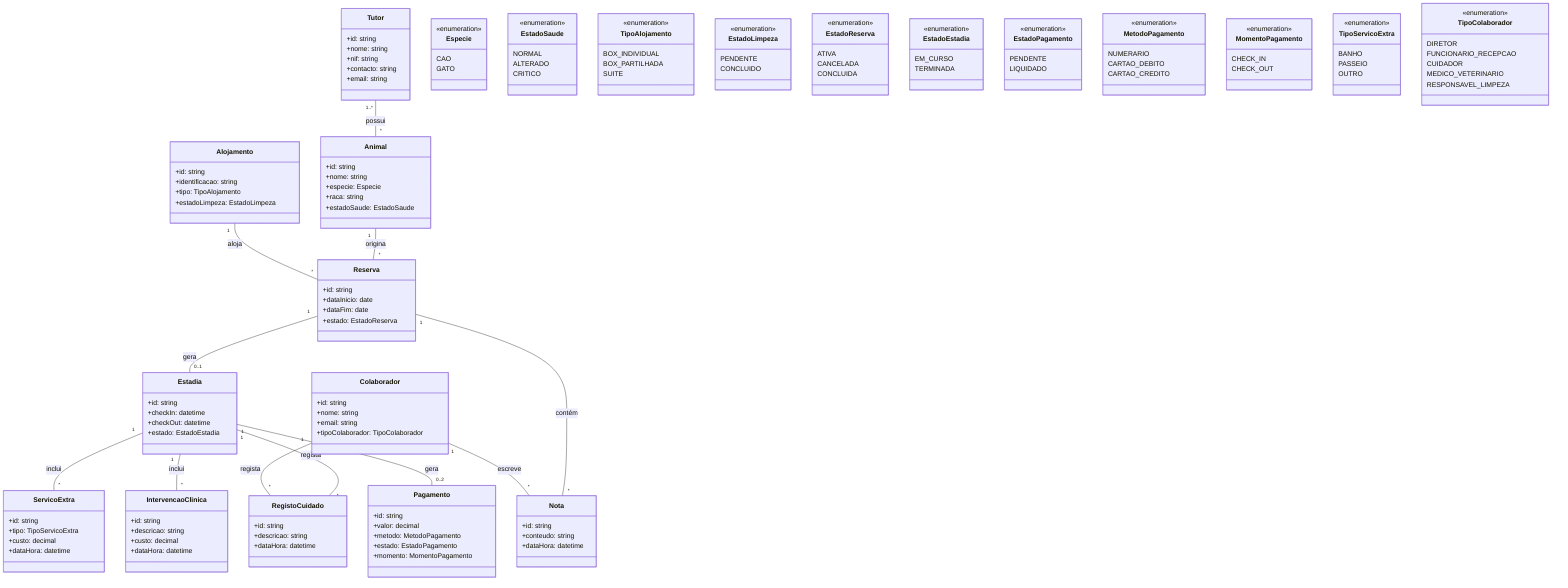
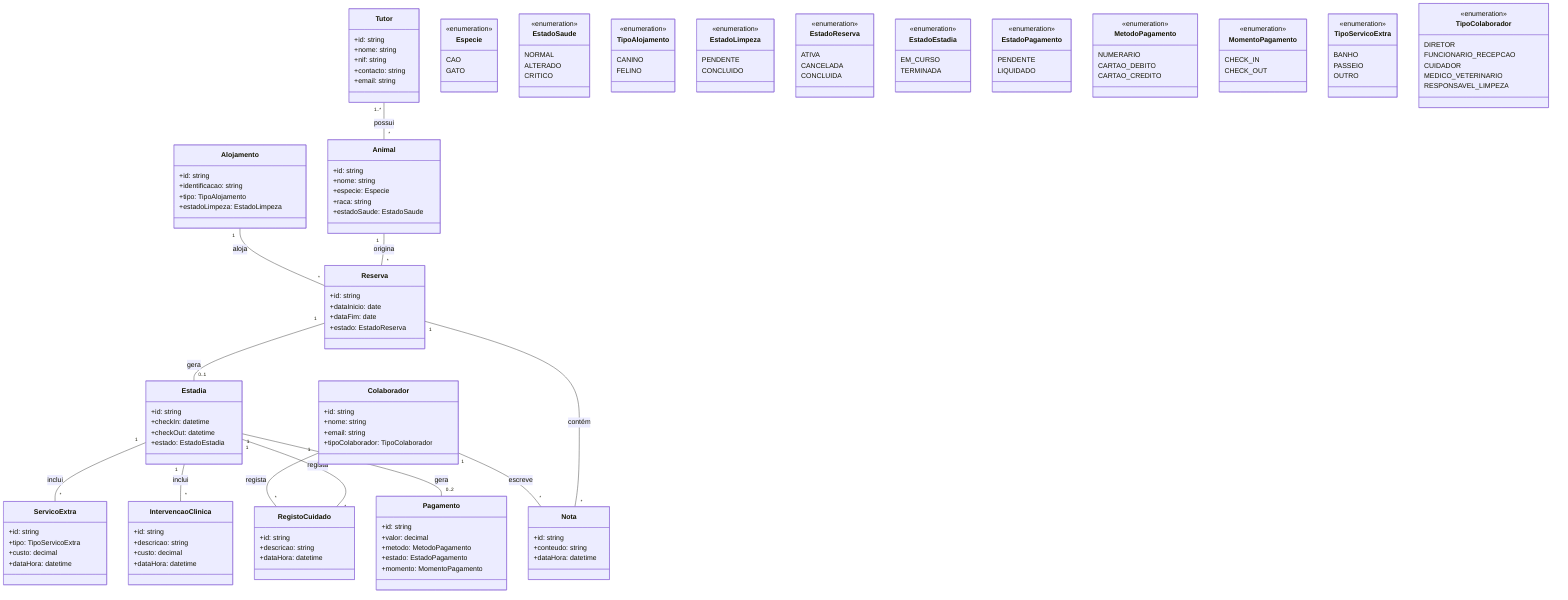
%% Modelo de Domínio — Hotel de Animais
%% Gerado com base em: US-01..US-24, RD-01..RD-09, UC-01..UC-13

classDiagram
direction TB

%% ── Entidades principais ──────────────────────────────────────────

class Tutor {
  +id: string
  +nome: string
  +nif: string
  +contacto: string
  +email: string
}

class Animal {
  +id: string
  +nome: string
  +especie: Especie
  +raca: string
  +estadoSaude: EstadoSaude
}

class Alojamento {
  +id: string
  +identificacao: string
  +tipo: TipoAlojamento
  +estadoLimpeza: EstadoLimpeza
}

class Reserva {
  +id: string
  +dataInicio: date
  +dataFim: date
  +estado: EstadoReserva
}

class Estadia {
  +id: string
  +checkIn: datetime
  +checkOut: datetime
  +estado: EstadoEstadia
}

class Pagamento {
  +id: string
  +valor: decimal
  +metodo: MetodoPagamento
  +estado: EstadoPagamento
  +momento: MomentoPagamento
}

class ServicoExtra {
  +id: string
  +tipo: TipoServicoExtra
  +custo: decimal
  +dataHora: datetime
}

class IntervencaoClinica {
  +id: string
  +descricao: string
  +custo: decimal
  +dataHora: datetime
}

class RegistoCuidado {
  +id: string
  +descricao: string
  +dataHora: datetime
}

class Nota {
  +id: string
  +conteudo: string
  +dataHora: datetime
}

class Colaborador {
  +id: string
  +nome: string
  +email: string
  +tipoColaborador: TipoColaborador
}

%% ── Enumerações ───────────────────────────────────────────────────

class Especie {
  <<enumeration>>
  CAO
  GATO
}

class EstadoSaude {
  <<enumeration>>
  NORMAL
  ALTERADO
  CRITICO
}

class TipoAlojamento {
  <<enumeration>>
-   BOX_INDIVIDUAL
-   BOX_PARTILHADA
-   SUITE
+   CANINO
+   FELINO
}

class EstadoLimpeza {
  <<enumeration>>
  PENDENTE
  CONCLUIDO
}

class EstadoReserva {
  <<enumeration>>
  ATIVA
  CANCELADA
  CONCLUIDA
}

class EstadoEstadia {
  <<enumeration>>
  EM_CURSO
  TERMINADA
}

class EstadoPagamento {
  <<enumeration>>
  PENDENTE
  LIQUIDADO
}

class MetodoPagamento {
  <<enumeration>>
  NUMERARIO
  CARTAO_DEBITO
  CARTAO_CREDITO
}

class MomentoPagamento {
  <<enumeration>>
  CHECK_IN
  CHECK_OUT
}

class TipoServicoExtra {
  <<enumeration>>
  BANHO
  PASSEIO
  OUTRO
}

class TipoColaborador {
  <<enumeration>>
  DIRETOR
  FUNCIONARIO_RECEPCAO
  CUIDADOR
  MEDICO_VETERINARIO
  RESPONSAVEL_LIMPEZA
}

%% ── Relações ──────────────────────────────────────────────────────

Tutor        "1..*" -- "*"    Animal             : possui
Animal       "1"    -- "*"    Reserva            : origina
Alojamento   "1"    -- "*"    Reserva            : aloja
Reserva      "1"    -- "0..1" Estadia            : gera
Reserva      "1"    -- "*"    Nota               : contém
Estadia      "1"    -- "*"    RegistoCuidado     : regista
Estadia      "1"    -- "*"    ServicoExtra       : inclui
Estadia      "1"    -- "*"    IntervencaoClinica : inclui
Estadia      "1"    -- "0..2" Pagamento          : gera
Colaborador  "1"    -- "*"    Nota               : escreve
Colaborador  "1"    -- "*"    RegistoCuidado     : regista
